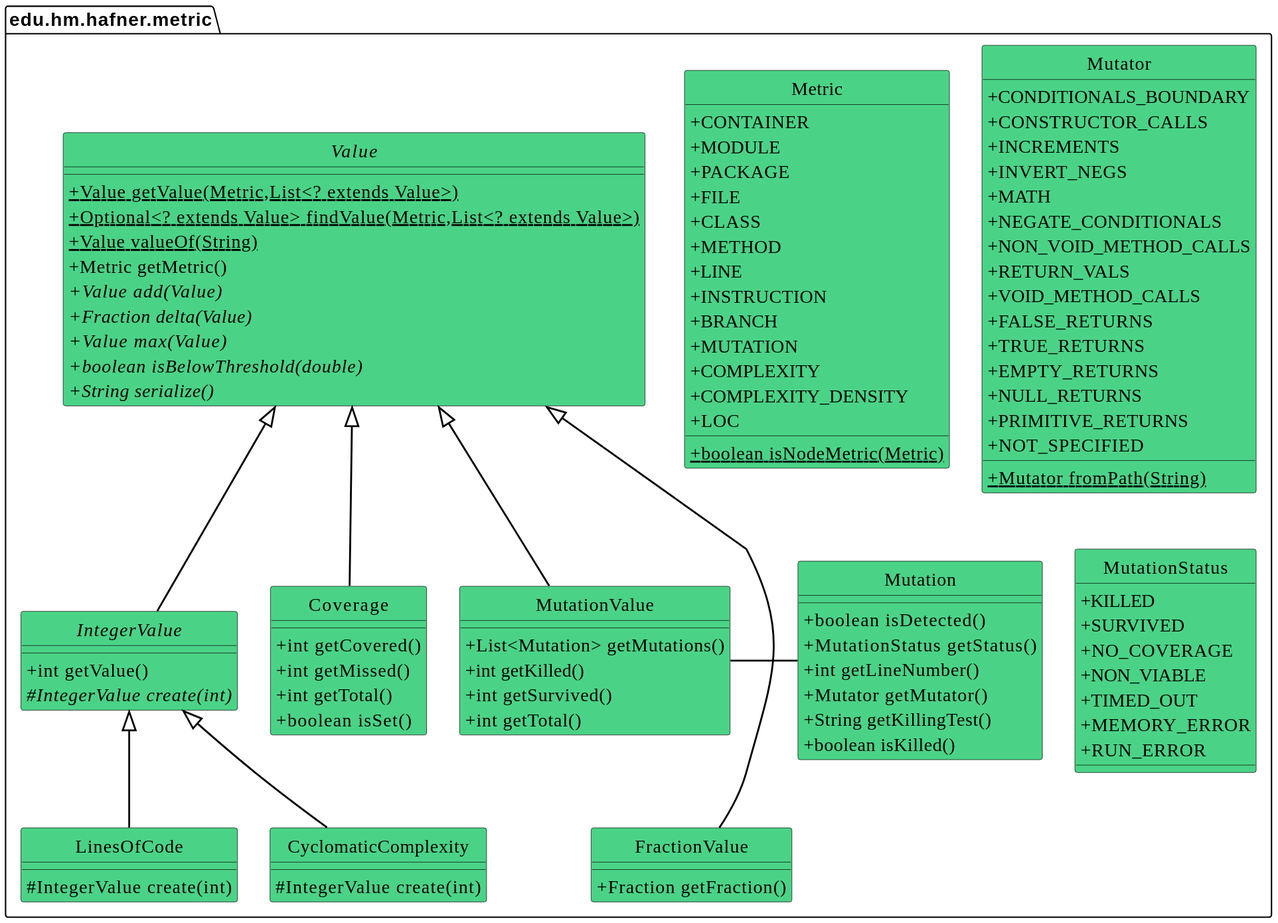
Before: doc/static-structure-values.svg, a diagram exported from PlantUML (jenkinsci/coverage-model). Source of this version:
```plantuml
@startuml

skinparam class {
  BackgroundColor #4AD386
  BorderColor #a0a0a0
  BorderColor black
  ArrowColor black
  FontName  Arial Unicode MS
  FontSize 20
}

skinparam classFontSize 24
skinparam classAttributeIconSize 0
skinparam defaultFontSize 20

skinparam ArrowColor black
skinparam ArrowThickness 2

hide circle

enum edu.hm.hafner.metric.Metric {
+  CONTAINER
+  MODULE
+  PACKAGE
+  FILE
+  CLASS
+  METHOD
+  LINE
+  INSTRUCTION
+  BRANCH
+  MUTATION
+  COMPLEXITY
+  COMPLEXITY_DENSITY
+  LOC
+ {static} boolean isNodeMetric(Metric)
}

abstract class edu.hm.hafner.metric.Value {
+ {static} Value getValue(Metric,List<? extends Value>)
+ {static} Optional<? extends Value> findValue(Metric,List<? extends Value>)
+ {static} Value valueOf(String)
+ Metric getMetric()
+ {abstract}Value add(Value)
+ {abstract}Fraction delta(Value)
+ {abstract}Value max(Value)
+ {abstract}boolean isBelowThreshold(double)
+ {abstract}String serialize()
}

class edu.hm.hafner.metric.CyclomaticComplexity {
# IntegerValue create(int)
}

class edu.hm.hafner.metric.LinesOfCode {
# IntegerValue create(int)
}

class edu.hm.hafner.metric.Coverage {
+ int getCovered()
+ int getMissed()
+ int getTotal()
+ boolean isSet()
}

edu.hm.hafner.metric.Coverage -[hidden]- edu.hm.hafner.metric.CyclomaticComplexity
edu.hm.hafner.metric.Coverage -[hidden]- edu.hm.hafner.metric.FractionValue

class edu.hm.hafner.metric.FractionValue {
+ Fraction getFraction()
}


class edu.hm.hafner.metric.MutationValue {
+ List<Mutation> getMutations()
+ int getKilled()
+ int getSurvived()
+ int getTotal()
}


abstract class edu.hm.hafner.metric.IntegerValue {
+ int getValue()
# {abstract}IntegerValue create(int)
}

class edu.hm.hafner.metric.Mutation {
+ boolean isDetected()
+ MutationStatus getStatus()
+ int getLineNumber()
+ Mutator getMutator()
+ String getKillingTest()
+ boolean isKilled()
}

enum edu.hm.hafner.metric.Mutator {
+  CONDITIONALS_BOUNDARY
+  CONSTRUCTOR_CALLS
+  INCREMENTS
+  INVERT_NEGS
+  MATH
+  NEGATE_CONDITIONALS
+  NON_VOID_METHOD_CALLS
+  RETURN_VALS
+  VOID_METHOD_CALLS
+  FALSE_RETURNS
+  TRUE_RETURNS
+  EMPTY_RETURNS
+  NULL_RETURNS
+  PRIMITIVE_RETURNS
+  NOT_SPECIFIED
+ {static} Mutator fromPath(String)
}

enum edu.hm.hafner.metric.MutationStatus {
+  KILLED
+  SURVIVED
+  NO_COVERAGE
+  NON_VIABLE
+  TIMED_OUT
+  MEMORY_ERROR
+  RUN_ERROR
}

edu.hm.hafner.metric.IntegerValue <|-- edu.hm.hafner.metric.LinesOfCode
edu.hm.hafner.metric.Value <|-- edu.hm.hafner.metric.Coverage
edu.hm.hafner.metric.IntegerValue <|-- edu.hm.hafner.metric.CyclomaticComplexity
edu.hm.hafner.metric.Value <|-- edu.hm.hafner.metric.FractionValue
edu.hm.hafner.metric.Value <|-- edu.hm.hafner.metric.MutationValue
edu.hm.hafner.metric.Value <|-- edu.hm.hafner.metric.IntegerValue

edu.hm.hafner.metric.Mutation - edu.hm.hafner.metric.MutationValue
@enduml
```
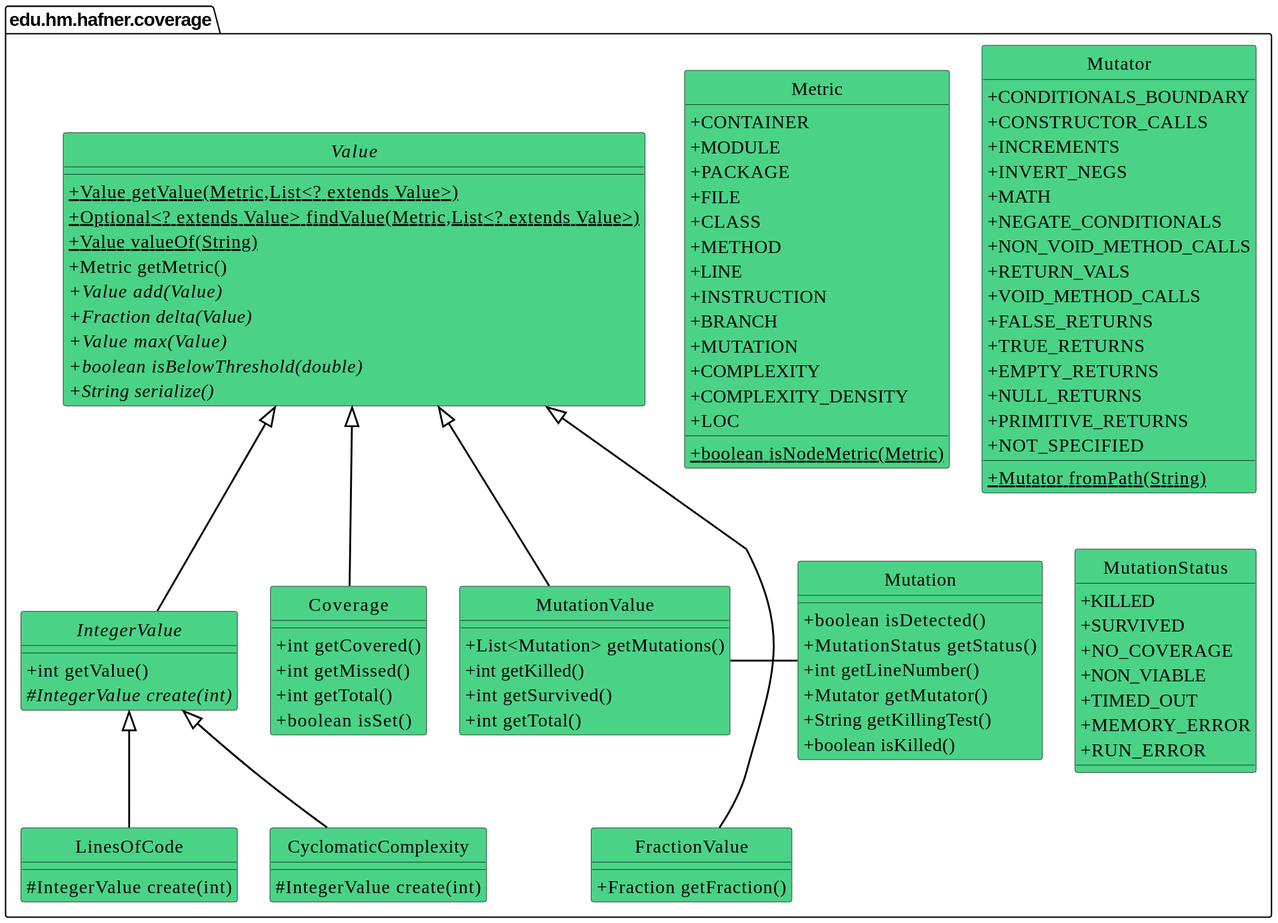
The same file after the commit.

Diff of the diagram source:
```diff
@@ -18,7 +18,7 @@
 
 hide circle
 
-enum edu.hm.hafner.metric.Metric {
+enum edu.hm.hafner.coverage.Metric {
 +  CONTAINER
 +  MODULE
 +  PACKAGE
@@ -35,7 +35,7 @@
 + {static} boolean isNodeMetric(Metric)
 }
 
-abstract class edu.hm.hafner.metric.Value {
+abstract class edu.hm.hafner.coverage.Value {
 + {static} Value getValue(Metric,List<? extends Value>)
 + {static} Optional<? extends Value> findValue(Metric,List<? extends Value>)
 + {static} Value valueOf(String)
@@ -47,30 +47,30 @@
 + {abstract}String serialize()
 }
 
-class edu.hm.hafner.metric.CyclomaticComplexity {
+class edu.hm.hafner.coverage.CyclomaticComplexity {
 # IntegerValue create(int)
 }
 
-class edu.hm.hafner.metric.LinesOfCode {
+class edu.hm.hafner.coverage.LinesOfCode {
 # IntegerValue create(int)
 }
 
-class edu.hm.hafner.metric.Coverage {
+class edu.hm.hafner.coverage.Coverage {
 + int getCovered()
 + int getMissed()
 + int getTotal()
 + boolean isSet()
 }
 
-edu.hm.hafner.metric.Coverage -[hidden]- edu.hm.hafner.metric.CyclomaticComplexity
-edu.hm.hafner.metric.Coverage -[hidden]- edu.hm.hafner.metric.FractionValue
+edu.hm.hafner.coverage.Coverage -[hidden]- edu.hm.hafner.coverage.CyclomaticComplexity
+edu.hm.hafner.coverage.Coverage -[hidden]- edu.hm.hafner.coverage.FractionValue
 
-class edu.hm.hafner.metric.FractionValue {
+class edu.hm.hafner.coverage.FractionValue {
 + Fraction getFraction()
 }
 
 
-class edu.hm.hafner.metric.MutationValue {
+class edu.hm.hafner.coverage.MutationValue {
 + List<Mutation> getMutations()
 + int getKilled()
 + int getSurvived()
@@ -78,12 +78,12 @@
 }
 
 
-abstract class edu.hm.hafner.metric.IntegerValue {
+abstract class edu.hm.hafner.coverage.IntegerValue {
 + int getValue()
 # {abstract}IntegerValue create(int)
 }
 
-class edu.hm.hafner.metric.Mutation {
+class edu.hm.hafner.coverage.Mutation {
 + boolean isDetected()
 + MutationStatus getStatus()
 + int getLineNumber()
@@ -92,7 +92,7 @@
 + boolean isKilled()
 }
 
-enum edu.hm.hafner.metric.Mutator {
+enum edu.hm.hafner.coverage.Mutator {
 +  CONDITIONALS_BOUNDARY
 +  CONSTRUCTOR_CALLS
 +  INCREMENTS
@@ -111,7 +111,7 @@
 + {static} Mutator fromPath(String)
 }
 
-enum edu.hm.hafner.metric.MutationStatus {
+enum edu.hm.hafner.coverage.MutationStatus {
 +  KILLED
 +  SURVIVED
 +  NO_COVERAGE
@@ -121,12 +121,12 @@
 +  RUN_ERROR
 }
 
-edu.hm.hafner.metric.IntegerValue <|-- edu.hm.hafner.metric.LinesOfCode
-edu.hm.hafner.metric.Value <|-- edu.hm.hafner.metric.Coverage
-edu.hm.hafner.metric.IntegerValue <|-- edu.hm.hafner.metric.CyclomaticComplexity
-edu.hm.hafner.metric.Value <|-- edu.hm.hafner.metric.FractionValue
-edu.hm.hafner.metric.Value <|-- edu.hm.hafner.metric.MutationValue
-edu.hm.hafner.metric.Value <|-- edu.hm.hafner.metric.IntegerValue
+edu.hm.hafner.coverage.IntegerValue <|-- edu.hm.hafner.coverage.LinesOfCode
+edu.hm.hafner.coverage.Value <|-- edu.hm.hafner.coverage.Coverage
+edu.hm.hafner.coverage.IntegerValue <|-- edu.hm.hafner.coverage.CyclomaticComplexity
+edu.hm.hafner.coverage.Value <|-- edu.hm.hafner.coverage.FractionValue
+edu.hm.hafner.coverage.Value <|-- edu.hm.hafner.coverage.MutationValue
+edu.hm.hafner.coverage.Value <|-- edu.hm.hafner.coverage.IntegerValue
 
-edu.hm.hafner.metric.Mutation - edu.hm.hafner.metric.MutationValue
+edu.hm.hafner.coverage.Mutation - edu.hm.hafner.coverage.MutationValue
 @enduml
```
